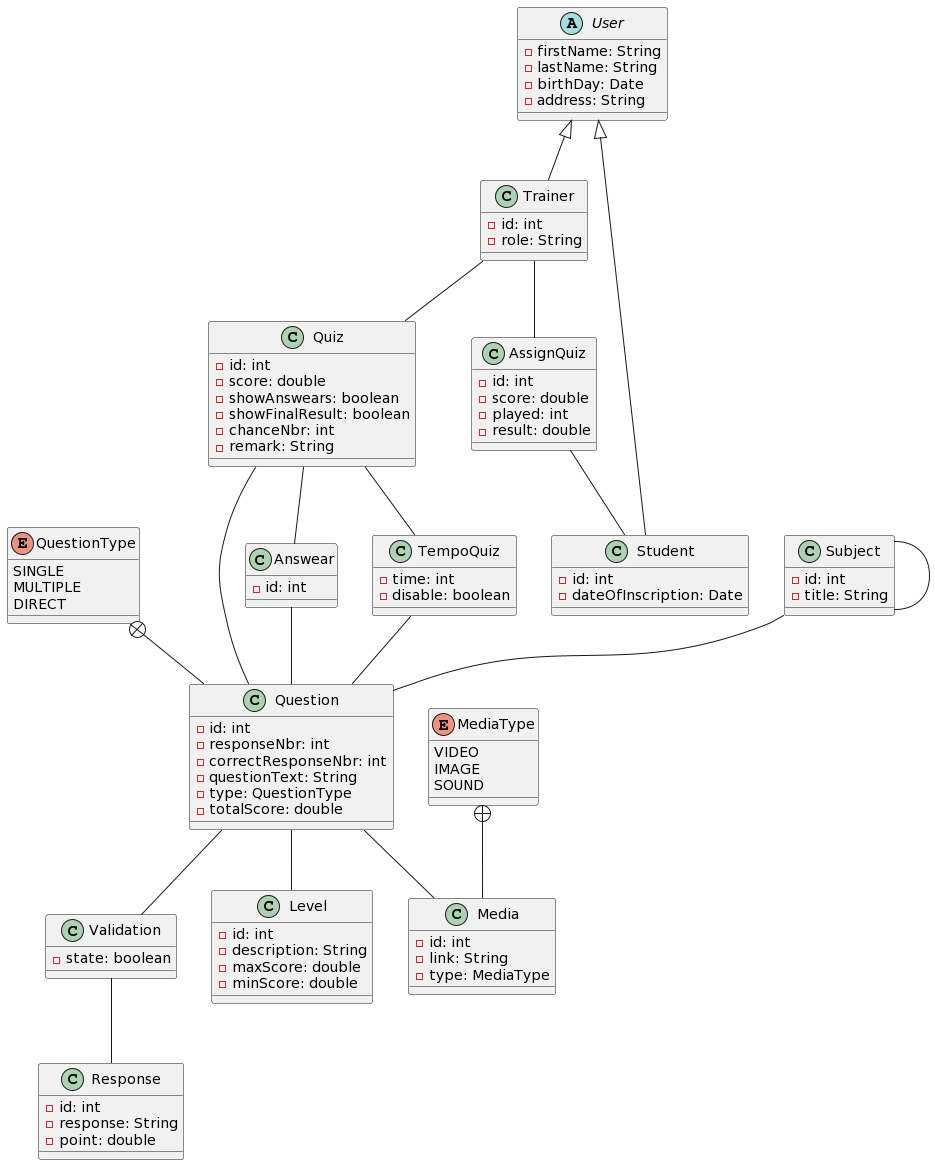
Before: class.png, a diagram exported from PlantUML (aymane-smi/YouQuiz).
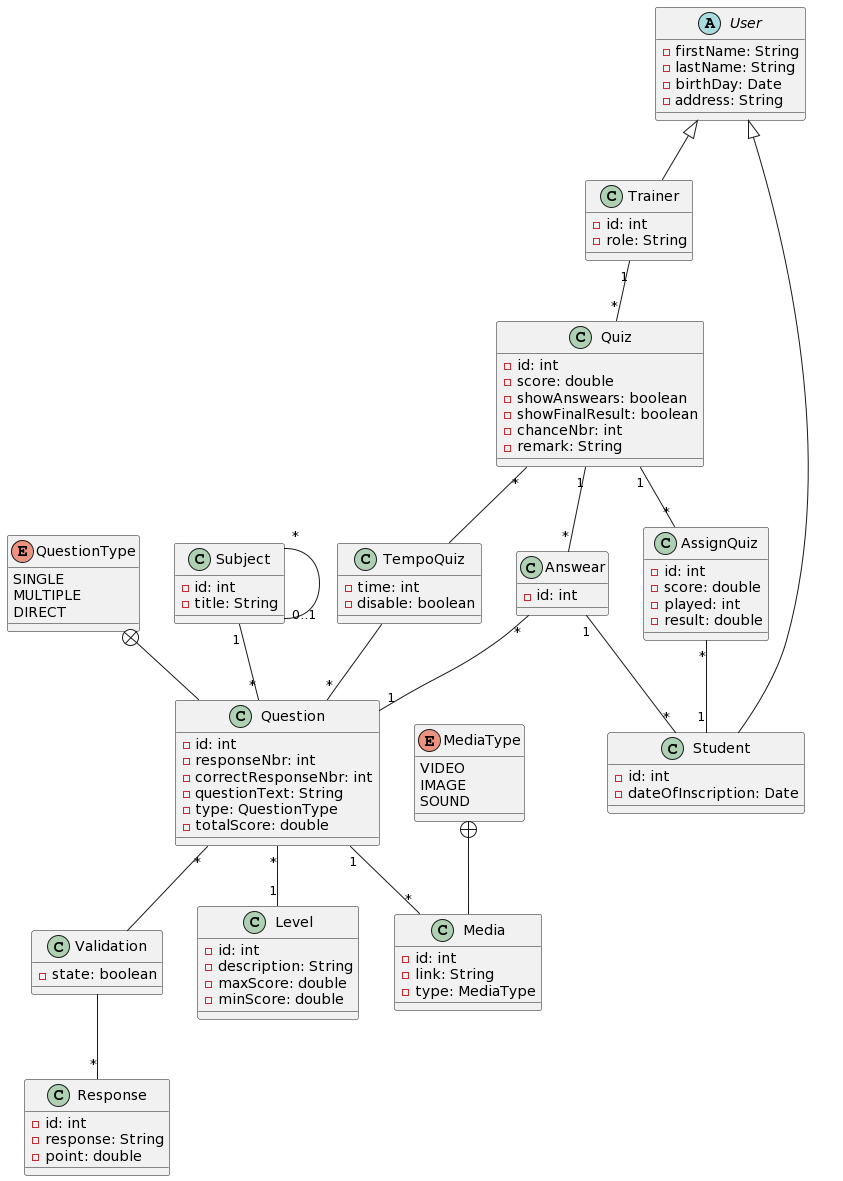
Above is the later version.

Change to the diagram source:
```diff
@@ -75,21 +75,20 @@
   - played: int
   - result: double
 }
-
-Quiz -- Question
-Subject -- Subject
-AssignQuiz -- Student
-Quiz -- Answear
-Answear -- Question
-Question -- Validation
-Validation -- Response
-Question -- Media
-Question -- Level
-Quiz -- TempoQuiz
-TempoQuiz -- Question
-Trainer -- Quiz
-Trainer -- AssignQuiz
-Subject -- Question
+Subject "*" -- "0..1" Subject
+AssignQuiz "*" -- "1" Student
+Quiz "1" -- "*" Answear
+Answear "*" -- "1" Question
+Answear "1"-- "*"Student
+Question "*" -- Validation
+Validation -- "*" Response
+Question "1" -- "*" Media
+Question "*" -- "1" Level
+Quiz "*" -- TempoQuiz
+TempoQuiz -- "*" Question
+Trainer "1" -- "*" Quiz
+Quiz "1" -- "*" AssignQuiz
+Subject "1" -- "*"Question
 MediaType +-- Media
 QuestionType +-- Question
 @enduml
```
